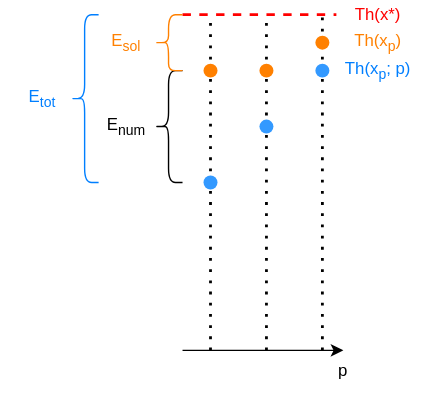
Before: figures/drawio/errors.svg, a diagram exported from draw.io (notanumber-sys/Effects-of-Design-Space-Discretization). Source tidied: cells renumbered, new cells last; positions are measured from the earlier drawing's top-left corner, leaving out a move shared by most shapes. The source it was exported from:
```xml
<mxGraphModel>
  <root>
    <mxCell id="0" />
    <mxCell id="1" parent="0" />
    <mxCell id="2" style="endArrow=none;dashed=1;html=1;dashPattern=1 3;strokeWidth=2;rounded=0;" parent="1" edge="1" source="10">
      <mxGeometry relative="1" as="geometry">
        <mxPoint x="150" y="10" as="targetPoint" />
      </mxGeometry>
    </mxCell>
    <mxCell id="3" style="endArrow=none;dashed=1;html=1;dashPattern=1 3;strokeWidth=2;rounded=0;" parent="1" edge="1" source="17">
      <mxGeometry relative="1" as="geometry">
        <mxPoint x="190" y="10" as="targetPoint" />
      </mxGeometry>
    </mxCell>
    <mxCell id="4" style="endArrow=none;dashed=1;html=1;dashPattern=1 3;strokeWidth=2;rounded=0;" parent="1" edge="1" source="25">
      <mxGeometry relative="1" as="geometry">
        <mxPoint x="230" y="10" as="targetPoint" />
      </mxGeometry>
    </mxCell>
    <mxCell id="5" style="endArrow=classic;html=1;rounded=0;entryX=0.5;entryY=0;entryDx=0;entryDy=0;" parent="1" edge="1" target="6">
      <mxGeometry relative="1" as="geometry">
        <mxPoint x="130" y="250" as="sourcePoint" />
      </mxGeometry>
    </mxCell>
    <mxCell id="6" value="p" style="text;html=1;strokeColor=none;fillColor=none;align=center;verticalAlign=middle;whiteSpace=wrap;rounded=0;" parent="1" vertex="1">
      <mxGeometry x="230" y="250" width="30" height="30" as="geometry" />
    </mxCell>
    <mxCell id="7" style="endArrow=none;dashed=1;html=1;rounded=0;fillColor=#f8cecc;strokeColor=#FF0000;strokeWidth=2;" parent="1" edge="1">
      <mxGeometry relative="1" as="geometry">
        <mxPoint x="130" y="10" as="sourcePoint" />
        <mxPoint x="240" y="10" as="targetPoint" />
      </mxGeometry>
    </mxCell>
    <mxCell id="8" style="shape=waypoint;sketch=0;fillStyle=solid;size=6;points=[];fillColor=#FF8000;perimeter=centerPerimeter;snapToPoint=1;perimeterSpacing=0;strokeWidth=3;strokeColor=#FF8000;" parent="1" vertex="1">
      <mxGeometry x="140" y="40" width="20" height="20" as="geometry" />
    </mxCell>
    <mxCell id="9" style="endArrow=none;dashed=1;html=1;dashPattern=1 3;strokeWidth=2;rounded=0;" parent="1" edge="1" target="10">
      <mxGeometry relative="1" as="geometry">
        <mxPoint x="150" y="250" as="sourcePoint" />
      </mxGeometry>
    </mxCell>
    <mxCell id="10" style="shape=waypoint;sketch=0;fillStyle=solid;size=6;points=[];fillColor=#3399FF;perimeter=centerPerimeter;snapToPoint=1;perimeterSpacing=0;strokeWidth=3;strokeColor=#3399FF;" parent="1" vertex="1">
      <mxGeometry x="140" y="120" width="20" height="20" as="geometry" />
    </mxCell>
    <mxCell id="11" style="endArrow=none;dashed=1;html=1;dashPattern=1 3;strokeWidth=2;rounded=0;" parent="1" edge="1" target="26">
      <mxGeometry relative="1" as="geometry">
        <mxPoint x="230" y="250" as="sourcePoint" />
      </mxGeometry>
    </mxCell>
    <mxCell id="12" style="shape=curlyBracket;whiteSpace=wrap;html=1;rounded=1;labelPosition=left;verticalLabelPosition=middle;align=right;verticalAlign=middle;" parent="1" vertex="1">
      <mxGeometry x="110" y="50" width="20" height="80" as="geometry" />
    </mxCell>
    <mxCell id="13" style="shape=curlyBracket;whiteSpace=wrap;html=1;rounded=1;labelPosition=left;verticalLabelPosition=middle;align=right;verticalAlign=middle;strokeColor=#FF8000;" parent="1" vertex="1">
      <mxGeometry x="110" y="10" width="20" height="40" as="geometry" />
    </mxCell>
    <mxCell id="14" style="shape=curlyBracket;whiteSpace=wrap;html=1;rounded=1;labelPosition=left;verticalLabelPosition=middle;align=right;verticalAlign=middle;strokeColor=#007FFF;" parent="1" vertex="1">
      <mxGeometry x="50" y="10" width="20" height="120" as="geometry" />
    </mxCell>
    <mxCell id="15" style="endArrow=none;dashed=1;html=1;dashPattern=1 3;strokeWidth=2;rounded=0;" parent="1" edge="1">
      <mxGeometry relative="1" as="geometry">
        <mxPoint x="190" y="250" as="sourcePoint" />
        <mxPoint x="190" y="90" as="targetPoint" />
      </mxGeometry>
    </mxCell>
    <mxCell id="16" style="endArrow=none;dashed=1;html=1;dashPattern=1 3;strokeWidth=2;rounded=0;" parent="1" edge="1" source="18" target="17">
      <mxGeometry relative="1" as="geometry" />
    </mxCell>
    <mxCell id="17" style="shape=waypoint;sketch=0;fillStyle=solid;size=6;points=[];fillColor=#FF8000;perimeter=centerPerimeter;snapToPoint=1;strokeWidth=3;strokeColor=#FF8000;" parent="1" vertex="1">
      <mxGeometry x="180" y="40" width="20" height="20" as="geometry" />
    </mxCell>
    <mxCell id="18" style="shape=waypoint;sketch=0;fillStyle=solid;size=6;points=[];fillColor=#3399FF;perimeter=centerPerimeter;snapToPoint=1;perimeterSpacing=0;strokeWidth=3;strokeColor=#3399FF;" parent="1" vertex="1">
      <mxGeometry x="180" y="80" width="20" height="20" as="geometry" />
    </mxCell>
    <mxCell id="19" value="E&lt;sub&gt;sol&lt;/sub&gt;" style="text;html=1;strokeColor=none;fillColor=none;align=center;verticalAlign=middle;whiteSpace=wrap;rounded=0;fontColor=#FF8000;" parent="1" vertex="1">
      <mxGeometry x="60" y="15" width="60" height="30" as="geometry" />
    </mxCell>
    <mxCell id="20" value="E&lt;sub&gt;num&lt;/sub&gt;" style="text;html=1;strokeColor=none;fillColor=none;align=center;verticalAlign=middle;whiteSpace=wrap;rounded=0;" parent="1" vertex="1">
      <mxGeometry x="60" y="75" width="60" height="30" as="geometry" />
    </mxCell>
    <mxCell id="21" value="E&lt;sub&gt;tot&lt;/sub&gt;" style="text;html=1;strokeColor=none;fillColor=none;align=center;verticalAlign=middle;whiteSpace=wrap;rounded=0;fontColor=#007FFF;" parent="1" vertex="1">
      <mxGeometry y="55" width="60" height="30" as="geometry" />
    </mxCell>
    <mxCell id="22" value="Th(x*)" style="text;html=1;strokeColor=none;fillColor=none;align=center;verticalAlign=middle;whiteSpace=wrap;rounded=0;fontColor=#FF0000;" parent="1" vertex="1">
      <mxGeometry x="250" width="40" height="20" as="geometry" />
    </mxCell>
    <mxCell id="23" value="Th(x&lt;sub&gt;p&lt;/sub&gt;)" style="text;html=1;strokeColor=none;fillColor=none;align=center;verticalAlign=middle;whiteSpace=wrap;rounded=0;fontColor=#FF8000;" parent="1" vertex="1">
      <mxGeometry x="250" y="20" width="40" height="20" as="geometry" />
    </mxCell>
    <mxCell id="24" style="endArrow=none;dashed=1;html=1;dashPattern=1 3;strokeWidth=2;rounded=0;" parent="1" edge="1" source="26" target="25">
      <mxGeometry relative="1" as="geometry" />
    </mxCell>
    <mxCell id="25" style="shape=waypoint;sketch=0;fillStyle=solid;size=6;points=[];fillColor=#FF8000;perimeter=centerPerimeter;snapToPoint=1;strokeWidth=3;strokeColor=#FF8000;" parent="1" vertex="1">
      <mxGeometry x="220" y="20" width="20" height="20" as="geometry" />
    </mxCell>
    <mxCell id="26" style="shape=waypoint;sketch=0;fillStyle=solid;size=6;points=[];fillColor=#3399FF;perimeter=centerPerimeter;snapToPoint=1;perimeterSpacing=0;strokeWidth=3;strokeColor=#3399FF;" parent="1" vertex="1">
      <mxGeometry x="220" y="40" width="20" height="20" as="geometry" />
    </mxCell>
    <mxCell id="27" value="Th(x&lt;sub&gt;p&lt;/sub&gt;; p)" style="text;html=1;strokeColor=none;fillColor=none;align=center;verticalAlign=middle;whiteSpace=wrap;rounded=0;fontColor=#007FFF;" parent="1" vertex="1">
      <mxGeometry x="240" y="40" width="60" height="20" as="geometry" />
    </mxCell>
  </root>
</mxGraphModel>
```
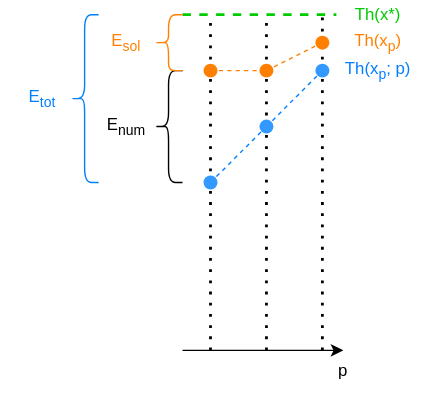
The same file after the commit.

Commit message:
Changes color of exact

What changed in the source:
```diff
@@ -2,6 +2,18 @@
   <root>
     <mxCell id="0" />
     <mxCell id="1" parent="0" />
+    <mxCell id="28" style="endArrow=none;dashed=1;html=1;rounded=0;strokeColor=#007FFF;" parent="1" edge="1" source="18" target="26">
+      <mxGeometry relative="1" as="geometry" />
+    </mxCell>
+    <mxCell id="29" style="endArrow=none;dashed=1;html=1;rounded=0;strokeColor=#007FFF;" parent="1" edge="1" source="10" target="18">
+      <mxGeometry relative="1" as="geometry" />
+    </mxCell>
+    <mxCell id="30" style="endArrow=none;dashed=1;html=1;rounded=0;strokeColor=#FF8000;" parent="1" edge="1" source="8" target="17">
+      <mxGeometry relative="1" as="geometry" />
+    </mxCell>
+    <mxCell id="31" style="endArrow=none;dashed=1;html=1;rounded=0;entryX=0.725;entryY=0.525;entryDx=0;entryDy=0;entryPerimeter=0;strokeColor=#FF8000;" parent="1" edge="1" source="17" target="25">
+      <mxGeometry relative="1" as="geometry" />
+    </mxCell>
     <mxCell id="2" style="endArrow=none;dashed=1;html=1;dashPattern=1 3;strokeWidth=2;rounded=0;" parent="1" edge="1" source="10">
       <mxGeometry relative="1" as="geometry">
         <mxPoint x="150" y="10" as="targetPoint" />
@@ -25,13 +37,13 @@
     <mxCell id="6" value="p" style="text;html=1;strokeColor=none;fillColor=none;align=center;verticalAlign=middle;whiteSpace=wrap;rounded=0;" parent="1" vertex="1">
       <mxGeometry x="230" y="250" width="30" height="30" as="geometry" />
     </mxCell>
-    <mxCell id="7" style="endArrow=none;dashed=1;html=1;rounded=0;fillColor=#f8cecc;strokeColor=#FF0000;strokeWidth=2;" parent="1" edge="1">
+    <mxCell id="7" style="endArrow=none;dashed=1;html=1;rounded=0;fillColor=#f8cecc;strokeColor=#00CC00;strokeWidth=2;" parent="1" edge="1">
       <mxGeometry relative="1" as="geometry">
         <mxPoint x="130" y="10" as="sourcePoint" />
         <mxPoint x="240" y="10" as="targetPoint" />
       </mxGeometry>
     </mxCell>
-    <mxCell id="8" style="shape=waypoint;sketch=0;fillStyle=solid;size=6;points=[];fillColor=#FF8000;perimeter=centerPerimeter;snapToPoint=1;perimeterSpacing=0;strokeWidth=3;strokeColor=#FF8000;" parent="1" vertex="1">
+    <mxCell id="8" style="shape=waypoint;sketch=0;fillStyle=solid;size=6;points=[];fillColor=#FF8000;perimeter=centerPerimeter;snapToPoint=1;perimeterSpacing=0;strokeWidth=3;strokeColor=#FF8000;labelBorderColor=none;" parent="1" vertex="1">
       <mxGeometry x="140" y="40" width="20" height="20" as="geometry" />
     </mxCell>
     <mxCell id="9" style="endArrow=none;dashed=1;html=1;dashPattern=1 3;strokeWidth=2;rounded=0;" parent="1" edge="1" target="10">
@@ -80,7 +92,7 @@
     <mxCell id="21" value="E&lt;sub&gt;tot&lt;/sub&gt;" style="text;html=1;strokeColor=none;fillColor=none;align=center;verticalAlign=middle;whiteSpace=wrap;rounded=0;fontColor=#007FFF;" parent="1" vertex="1">
       <mxGeometry y="55" width="60" height="30" as="geometry" />
     </mxCell>
-    <mxCell id="22" value="Th(x*)" style="text;html=1;strokeColor=none;fillColor=none;align=center;verticalAlign=middle;whiteSpace=wrap;rounded=0;fontColor=#FF0000;" parent="1" vertex="1">
+    <mxCell id="22" value="Th(x*)" style="text;html=1;strokeColor=none;fillColor=none;align=center;verticalAlign=middle;whiteSpace=wrap;rounded=0;fontColor=#00CC00;" parent="1" vertex="1">
       <mxGeometry x="250" width="40" height="20" as="geometry" />
     </mxCell>
     <mxCell id="23" value="Th(x&lt;sub&gt;p&lt;/sub&gt;)" style="text;html=1;strokeColor=none;fillColor=none;align=center;verticalAlign=middle;whiteSpace=wrap;rounded=0;fontColor=#FF8000;" parent="1" vertex="1">
```
